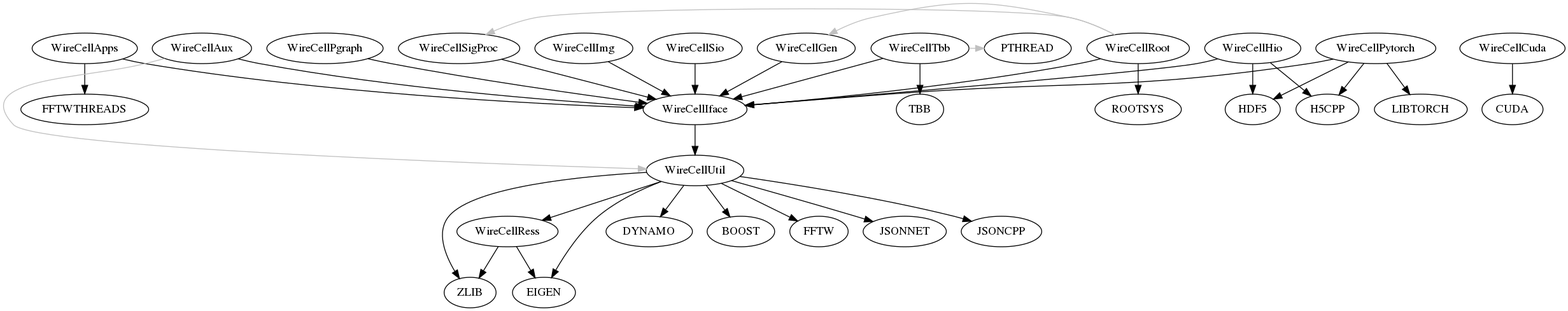
Before: wct-deps.png, a diagram exported from Graphviz (zhihuadong/wire-cell-toolkit). Its source is kept beside it as wct-deps.dot. The source it was exported from:
```dot
digraph deps {
	"WireCellPgraph";
	"WireCellApps";
	"WireCellSigProc";
	"WireCellImg";
	"WireCellAux";
	"WireCellTbb";
	"WireCellCuda";
	"WireCellPytorch";
	"WireCellSio";
	"WireCellRess";
	"WireCellIface";
	"WireCellRoot";
	"WireCellGen";
	"WireCellHio";
	"WireCellUtil";
	"WireCellPytorch" -> "HDF5"[color="black"];
	"WireCellApps" -> "FFTWTHREADS"[color="black"];
	"WireCellRess" -> "ZLIB"[color="black"];
	"WireCellUtil" -> "DYNAMO"[color="black"];
	"WireCellAux" -> "WireCellIface"[color="black"];
	"WireCellUtil" -> "BOOST"[color="black"];
	"WireCellUtil" -> "ZLIB"[color="black"];
	"WireCellHio" -> "H5CPP"[color="black"];
	"WireCellPgraph" -> "WireCellIface"[color="black"];
	"WireCellHio" -> "HDF5"[color="black"];
	"WireCellAux" -> "WireCellUtil"[color="gray",constraint=false];
	"WireCellSigProc" -> "WireCellIface"[color="black"];
	"WireCellTbb" -> "WireCellIface"[color="black"];
	"WireCellGen" -> "WireCellIface"[color="black"];
	"WireCellRoot" -> "WireCellIface"[color="black"];
	"WireCellImg" -> "WireCellIface"[color="black"];
	"WireCellUtil" -> "EIGEN"[color="black"];
	"WireCellRoot" -> "ROOTSYS"[color="black"];
	"WireCellUtil" -> "WireCellRess"[color="black"];
	"WireCellCuda" -> "CUDA"[color="black"];
	"WireCellRoot" -> "WireCellSigProc"[color="gray",constraint=false];
	"WireCellTbb" -> "PTHREAD"[color="gray",constraint=false];
	"WireCellPytorch" -> "H5CPP"[color="black"];
	"WireCellRoot" -> "WireCellGen"[color="gray",constraint=false];
	"WireCellUtil" -> "FFTW"[color="black"];
	"WireCellHio" -> "WireCellIface"[color="black"];
	"WireCellSio" -> "WireCellIface"[color="black"];
	"WireCellPytorch" -> "WireCellIface"[color="black"];
	"WireCellPytorch" -> "LIBTORCH"[color="black"];
	"WireCellUtil" -> "JSONNET"[color="black"];
	"WireCellRess" -> "EIGEN"[color="black"];
	"WireCellIface" -> "WireCellUtil"[color="black"];
	"WireCellTbb" -> "TBB"[color="black"];
	"WireCellApps" -> "WireCellIface"[color="black"];
	"WireCellUtil" -> "JSONCPP"[color="black"];
}
```
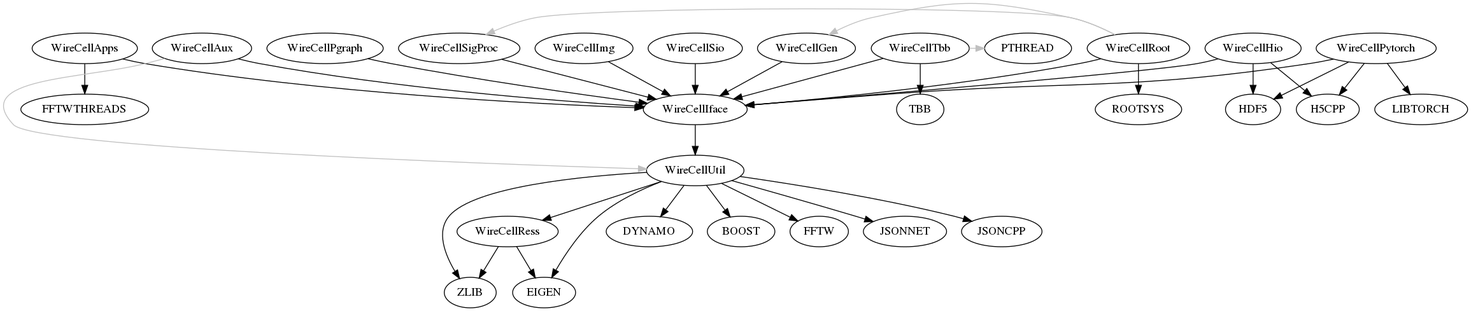
Later version of the same file.

What changed in the source:
```diff
@@ -5,7 +5,6 @@
 	"WireCellImg";
 	"WireCellAux";
 	"WireCellTbb";
-	"WireCellCuda";
 	"WireCellPytorch";
 	"WireCellSio";
 	"WireCellRess";
@@ -33,7 +32,6 @@
 	"WireCellUtil" -> "EIGEN"[color="black"];
 	"WireCellRoot" -> "ROOTSYS"[color="black"];
 	"WireCellUtil" -> "WireCellRess"[color="black"];
-	"WireCellCuda" -> "CUDA"[color="black"];
 	"WireCellRoot" -> "WireCellSigProc"[color="gray",constraint=false];
 	"WireCellTbb" -> "PTHREAD"[color="gray",constraint=false];
 	"WireCellPytorch" -> "H5CPP"[color="black"];
```
